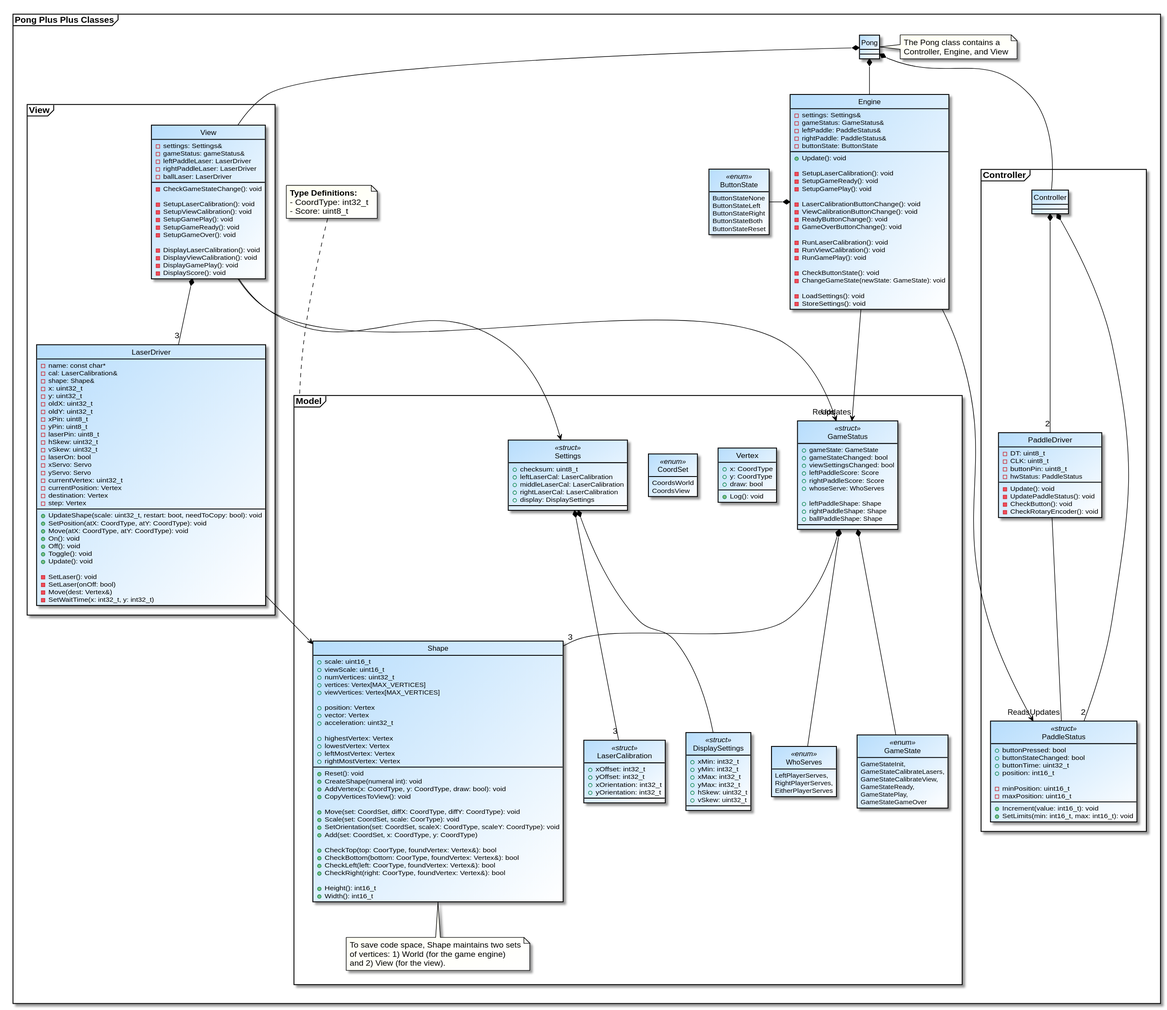
This is uml/PongPlusPlus Class Diagram.svg from VectorSpaceHQ/pong, a PlantUML export, as it was before one commit.
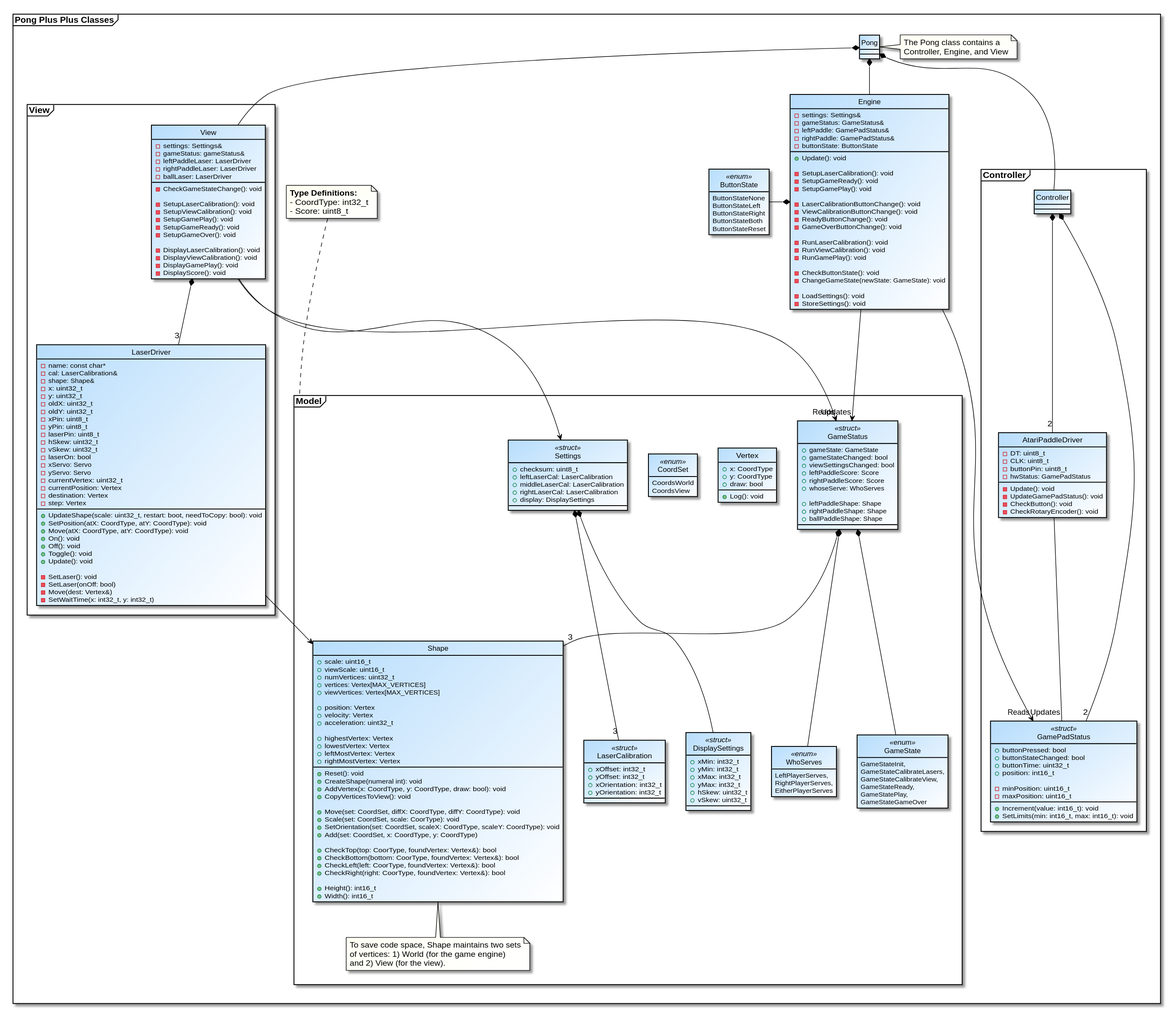
The same diagram one commit later.

Commit message:
Refactor based on feedback from review of class diagram:

What changed in the source:
```diff
@@ -23,8 +23,8 @@
 class Engine {
 - settings: Settings&
 - gameStatus: GameStatus&
-- leftPaddle: PaddleStatus&
-- rightPaddle: PaddleStatus&
+- leftPaddle: GamePadStatus&
+- rightPaddle: GamePadStatus&
 - buttonState: ButtonState
 
 + Update(): void
@@ -63,20 +63,20 @@
 }
 
 
-class PaddleDriver {
+class AtariPaddleDriver {
 - DT: uint8_t
 - CLK: uint8_t
 - buttonPin: uint8_t
-- hwStatus: PaddleStatus
+- hwStatus: GamePadStatus
 
 - Update(): void
-- UpdatePaddleStatus(): void
+- UpdateGamePadStatus(): void
 - CheckButton(): void
 - CheckRotaryEncoder(): void
 }
 
 
-class PaddleStatus <<struct>> {
+class GamePadStatus <<struct>> {
 + buttonPressed: bool
 + buttonStateChanged: bool
 + buttonTime: uint32_t
@@ -141,7 +141,7 @@
 + viewVertices: Vertex[MAX_VERTICES]
 
 + position: Vertex
-+ vector: Vertex
++ velocity: Vertex
 + acceleration: uint32_t
 
 + highestVertex: Vertex
@@ -271,10 +271,10 @@
 Pong *-- View
 Pong *-- Engine
 Pong *-- Controller
-Controller *-- "2" PaddleDriver
-Controller *-- "2" PaddleStatus
-PaddleDriver -- "Updates" PaddleStatus
-Engine -down-> "Reads" PaddleStatus
+Controller *-- "2" AtariPaddleDriver
+Controller *-- "2" GamePadStatus
+AtariPaddleDriver -- "Updates" GamePadStatus
+Engine -down-> "Reads" GamePadStatus
 Engine -down-> "Updates" GameStatus
 Engine *-left- ButtonState
 View -left-> "Reads" GameStatus
```
